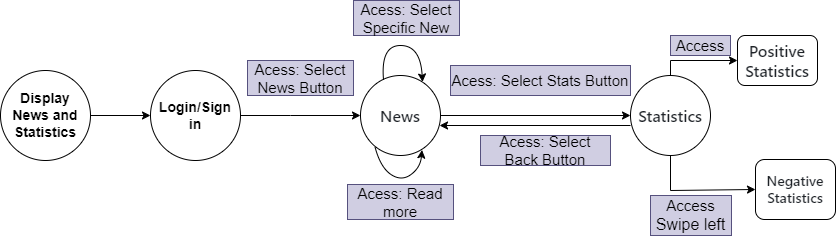
Earlier version of the draw.io export front-end/stories/story2.drawio.png (Allezluia/aw-project). Source tidied: cells renumbered, new cells last; positions are measured from the earlier drawing's top-left corner, leaving out a move shared by most shapes.
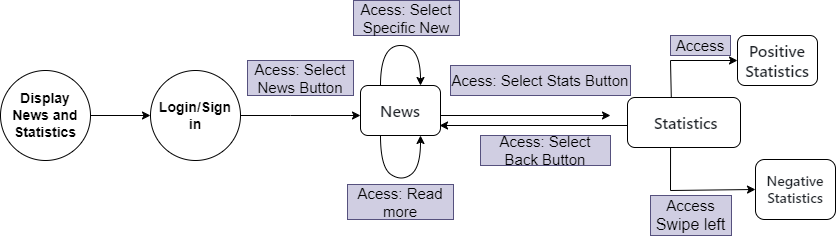
After the commit.

The edit, as a diff of the source:
```diff
@@ -5,21 +5,19 @@
     <mxCell id="2" value="&lt;span style=&quot;font-size: 14px;&quot;&gt;&lt;b&gt;Display News and Statistics&lt;/b&gt;&lt;/span&gt;" style="ellipse;whiteSpace=wrap;html=1;" parent="1" vertex="1">
       <mxGeometry y="70" width="90" height="90" as="geometry" />
     </mxCell>
-    <mxCell id="3" value="&lt;span style=&quot;color: rgb(31, 35, 40); font-family: -apple-system, BlinkMacSystemFont, &amp;quot;Segoe UI&amp;quot;, &amp;quot;Noto Sans&amp;quot;, Helvetica, Arial, sans-serif, &amp;quot;Apple Color Emoji&amp;quot;, &amp;quot;Segoe UI Emoji&amp;quot;; font-size: 16px; font-weight: 600; text-align: start; background-color: rgb(255, 255, 255);&quot;&gt;Statistics&lt;/span&gt;" style="ellipse;whiteSpace=wrap;html=1;" parent="1" vertex="1">
-      <mxGeometry x="630" y="75" width="80" height="80" as="geometry" />
-    </mxCell>
-    <mxCell id="4" value="&lt;span style=&quot;color: rgb(31, 35, 40); font-family: -apple-system, BlinkMacSystemFont, &amp;quot;Segoe UI&amp;quot;, &amp;quot;Noto Sans&amp;quot;, Helvetica, Arial, sans-serif, &amp;quot;Apple Color Emoji&amp;quot;, &amp;quot;Segoe UI Emoji&amp;quot;; font-size: 16px; font-weight: 600; text-align: start; background-color: rgb(255, 255, 255);&quot;&gt;News&lt;/span&gt;" style="ellipse;whiteSpace=wrap;html=1;" parent="1" vertex="1">
-      <mxGeometry x="360" y="75" width="80" height="80" as="geometry" />
-    </mxCell>
-    <mxCell id="5" style="endArrow=classic;html=1;rounded=0;exitX=1;exitY=0.5;exitDx=0;exitDy=0;entryX=0;entryY=0.5;entryDx=0;entryDy=0;" parent="1" edge="1" source="16" target="4">
+    <mxCell id="5" style="endArrow=classic;html=1;rounded=0;exitX=1;exitY=0.5;exitDx=0;exitDy=0;entryX=0;entryY=0.5;entryDx=0;entryDy=0;" parent="1" edge="1" source="16">
       <mxGeometry relative="1" as="geometry">
+        <mxPoint x="360" y="115" as="targetPoint" />
         <Array as="points">
           <mxPoint x="290" y="115" />
         </Array>
       </mxGeometry>
     </mxCell>
-    <mxCell id="6" style="endArrow=classic;html=1;rounded=0;exitX=1;exitY=0.5;exitDx=0;exitDy=0;entryX=0;entryY=0.5;entryDx=0;entryDy=0;" parent="1" edge="1" source="4" target="3">
-      <mxGeometry relative="1" as="geometry" />
+    <mxCell id="6" style="endArrow=classic;html=1;rounded=0;exitX=1;exitY=0.5;exitDx=0;exitDy=0;" parent="1" edge="1">
+      <mxGeometry relative="1" as="geometry">
+        <mxPoint x="440" y="115" as="sourcePoint" />
+        <mxPoint x="610" y="115" as="targetPoint" />
+      </mxGeometry>
     </mxCell>
     <mxCell id="7" value="&lt;font style=&quot;font-size: 15px;&quot;&gt;Acess: Select Stats Button&lt;/font&gt;" style="text;html=1;align=center;verticalAlign=middle;whiteSpace=wrap;rounded=0;rotation=0;fillColor=#d0cee2;strokeColor=#56517e;" parent="1" vertex="1">
       <mxGeometry x="450" y="65" width="180" height="30" as="geometry" />
@@ -30,14 +28,14 @@
     <mxCell id="9" value="&lt;span style=&quot;color: rgb(31, 35, 40); font-family: -apple-system, BlinkMacSystemFont, &amp;quot;Segoe UI&amp;quot;, &amp;quot;Noto Sans&amp;quot;, Helvetica, Arial, sans-serif, &amp;quot;Apple Color Emoji&amp;quot;, &amp;quot;Segoe UI Emoji&amp;quot;; font-weight: 600; background-color: rgb(255, 255, 255);&quot;&gt;&lt;font style=&quot;font-size: 14px;&quot;&gt;Negative Statistics&lt;/font&gt;&lt;/span&gt;" style="rounded=1;whiteSpace=wrap;html=1;align=center;" parent="1" vertex="1">
       <mxGeometry x="755" y="159" width="80" height="60" as="geometry" />
     </mxCell>
-    <mxCell id="10" style="endArrow=classic;html=1;rounded=0;exitX=0.5;exitY=1;exitDx=0;exitDy=0;entryX=0;entryY=0.5;entryDx=0;entryDy=0;" parent="1" edge="1" source="3" target="9">
+    <mxCell id="10" style="endArrow=classic;html=1;rounded=0;entryX=0;entryY=0.5;entryDx=0;entryDy=0;exitX=0.381;exitY=0.96;exitDx=0;exitDy=0;exitPerimeter=0;" parent="1" edge="1" source="3" target="9">
       <mxGeometry relative="1" as="geometry">
         <Array as="points">
           <mxPoint x="670" y="190" />
         </Array>
       </mxGeometry>
     </mxCell>
-    <mxCell id="11" style="endArrow=classic;html=1;rounded=0;exitX=0.5;exitY=0;exitDx=0;exitDy=0;entryX=0;entryY=0.5;entryDx=0;entryDy=0;" parent="1" edge="1" source="3" target="8">
+    <mxCell id="11" style="endArrow=classic;html=1;rounded=0;exitX=0.388;exitY=0.04;exitDx=0;exitDy=0;entryX=0;entryY=0.5;entryDx=0;entryDy=0;exitPerimeter=0;" parent="1" edge="1" source="3" target="8">
       <mxGeometry relative="1" as="geometry">
         <Array as="points">
           <mxPoint x="670" y="60" />
@@ -59,7 +57,7 @@
     <mxCell id="16" value="&lt;span style=&quot;font-size: 14px;&quot;&gt;&lt;b&gt;Login/Sign in&lt;/b&gt;&lt;/span&gt;" style="ellipse;whiteSpace=wrap;html=1;" parent="1" vertex="1">
       <mxGeometry x="150" y="70" width="90" height="90" as="geometry" />
     </mxCell>
-    <mxCell id="17" style="curved=1;endArrow=classic;html=1;rounded=0;exitX=0.288;exitY=0.056;exitDx=0;exitDy=0;exitPerimeter=0;entryX=0.775;entryY=0.081;entryDx=0;entryDy=0;entryPerimeter=0;" parent="1" edge="1" source="4" target="4">
+    <mxCell id="17" style="curved=1;endArrow=classic;html=1;rounded=0;exitX=0.25;exitY=0;exitDx=0;exitDy=0;entryX=0.75;entryY=0;entryDx=0;entryDy=0;" parent="1" edge="1" source="4" target="4">
       <mxGeometry relative="1" as="geometry">
         <Array as="points">
           <mxPoint x="380" y="45" />
@@ -67,9 +65,10 @@
         </Array>
       </mxGeometry>
     </mxCell>
-    <mxCell id="18" style="endArrow=classic;html=1;rounded=0;exitX=1;exitY=0.5;exitDx=0;exitDy=0;entryX=0.988;entryY=0.625;entryDx=0;entryDy=0;entryPerimeter=0;" parent="1" edge="1" target="4">
+    <mxCell id="18" style="endArrow=classic;html=1;rounded=0;exitX=1;exitY=0.5;exitDx=0;exitDy=0;entryX=0.988;entryY=0.625;entryDx=0;entryDy=0;entryPerimeter=0;" parent="1" edge="1">
       <mxGeometry relative="1" as="geometry">
         <mxPoint x="630" y="125" as="sourcePoint" />
+        <mxPoint x="439" y="125" as="targetPoint" />
       </mxGeometry>
     </mxCell>
     <mxCell id="19" value="&lt;font style=&quot;font-size: 15px;&quot;&gt;Acess: Select Back Button&lt;/font&gt;" style="text;html=1;align=center;verticalAlign=middle;whiteSpace=wrap;rounded=0;rotation=0;fillColor=#d0cee2;strokeColor=#56517e;" parent="1" vertex="1">
@@ -81,10 +80,8 @@
     <mxCell id="21" value="&lt;font style=&quot;font-size: 15px;&quot;&gt;Acess: Read more&lt;/font&gt;" style="text;html=1;align=center;verticalAlign=middle;whiteSpace=wrap;rounded=0;rotation=0;fillColor=#d0cee2;strokeColor=#56517e;" parent="1" vertex="1">
       <mxGeometry x="347" y="184" width="106" height="35" as="geometry" />
     </mxCell>
-    <mxCell id="22" style="curved=1;endArrow=classic;html=1;rounded=0;entryX=0.756;entryY=0.981;entryDx=0;entryDy=0;entryPerimeter=0;exitX=0.169;exitY=0.944;exitDx=0;exitDy=0;exitPerimeter=0;" parent="1" edge="1">
+    <mxCell id="22" style="curved=1;endArrow=classic;html=1;rounded=0;entryX=0.75;entryY=1;entryDx=0;entryDy=0;exitX=0.25;exitY=1;exitDx=0;exitDy=0;" parent="1" edge="1" source="4" target="4">
       <mxGeometry relative="1" as="geometry">
-        <mxPoint x="374.5" y="146.5" as="sourcePoint" />
-        <mxPoint x="421.5" y="149.5" as="targetPoint" />
         <Array as="points">
           <mxPoint x="380" y="167" />
           <mxPoint x="401" y="181" />
@@ -92,5 +89,11 @@
         </Array>
       </mxGeometry>
     </mxCell>
+    <mxCell id="3" value="&lt;span style=&quot;color: rgb(31, 35, 40); font-family: -apple-system, BlinkMacSystemFont, &amp;quot;Segoe UI&amp;quot;, &amp;quot;Noto Sans&amp;quot;, Helvetica, Arial, sans-serif, &amp;quot;Apple Color Emoji&amp;quot;, &amp;quot;Segoe UI Emoji&amp;quot;; font-size: 16px; font-weight: 600; text-align: start; background-color: rgb(255, 255, 255);&quot;&gt;&amp;nbsp;Statistics&lt;/span&gt;" style="rounded=1;whiteSpace=wrap;html=1;" parent="1" vertex="1">
+      <mxGeometry x="627" y="97" width="113" height="50" as="geometry" />
+    </mxCell>
+    <mxCell id="4" value="&lt;span style=&quot;color: rgb(31, 35, 40); font-family: -apple-system, BlinkMacSystemFont, &amp;quot;Segoe UI&amp;quot;, &amp;quot;Noto Sans&amp;quot;, Helvetica, Arial, sans-serif, &amp;quot;Apple Color Emoji&amp;quot;, &amp;quot;Segoe UI Emoji&amp;quot;; font-size: 16px; font-weight: 600; text-align: start; background-color: rgb(255, 255, 255);&quot;&gt;News&lt;/span&gt;" style="rounded=1;whiteSpace=wrap;html=1;" parent="1" vertex="1">
+      <mxGeometry x="360" y="85" width="80" height="50" as="geometry" />
+    </mxCell>
   </root>
 </mxGraphModel>
```
